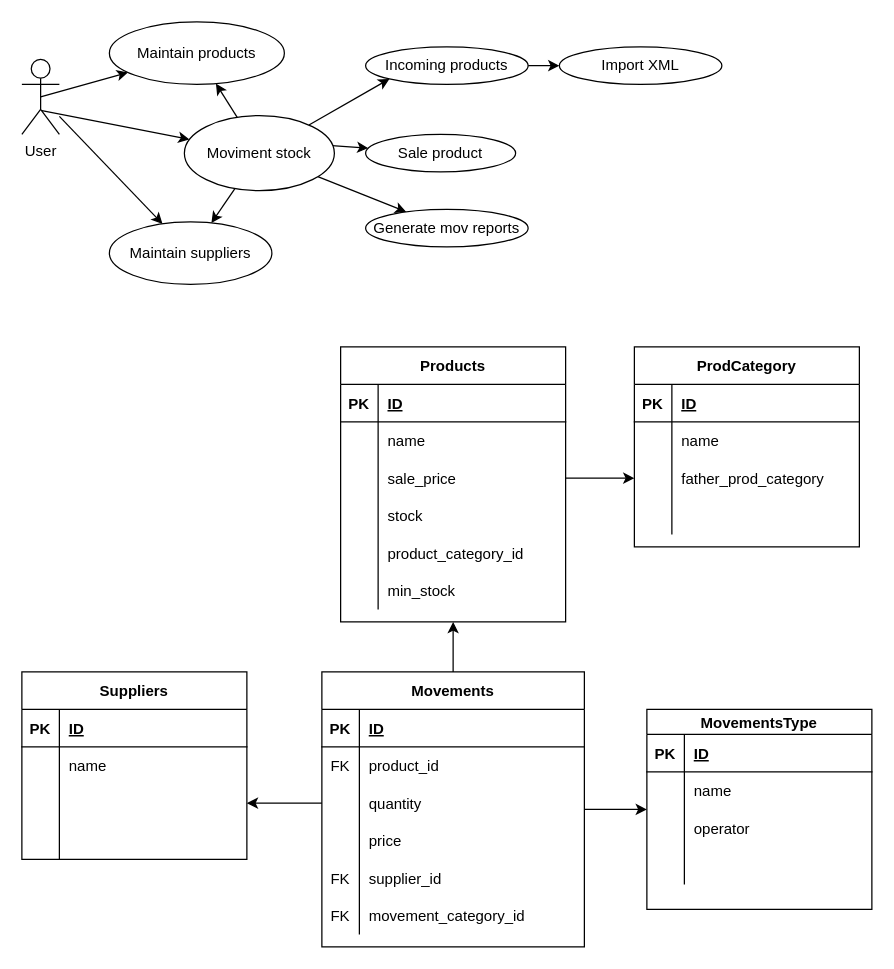
Earlier version of the draw.io diagram docs/class-diagram.drawio (viniciuSquare/rc_store-backend). Source tidied: cells renumbered, new cells numbered last; positions are measured from the earlier drawing's top-left corner, leaving out a move shared by most shapes. Both pictures are drawn from the tidied source at 125%, with x=0, y=0 at pixel (21, 21).
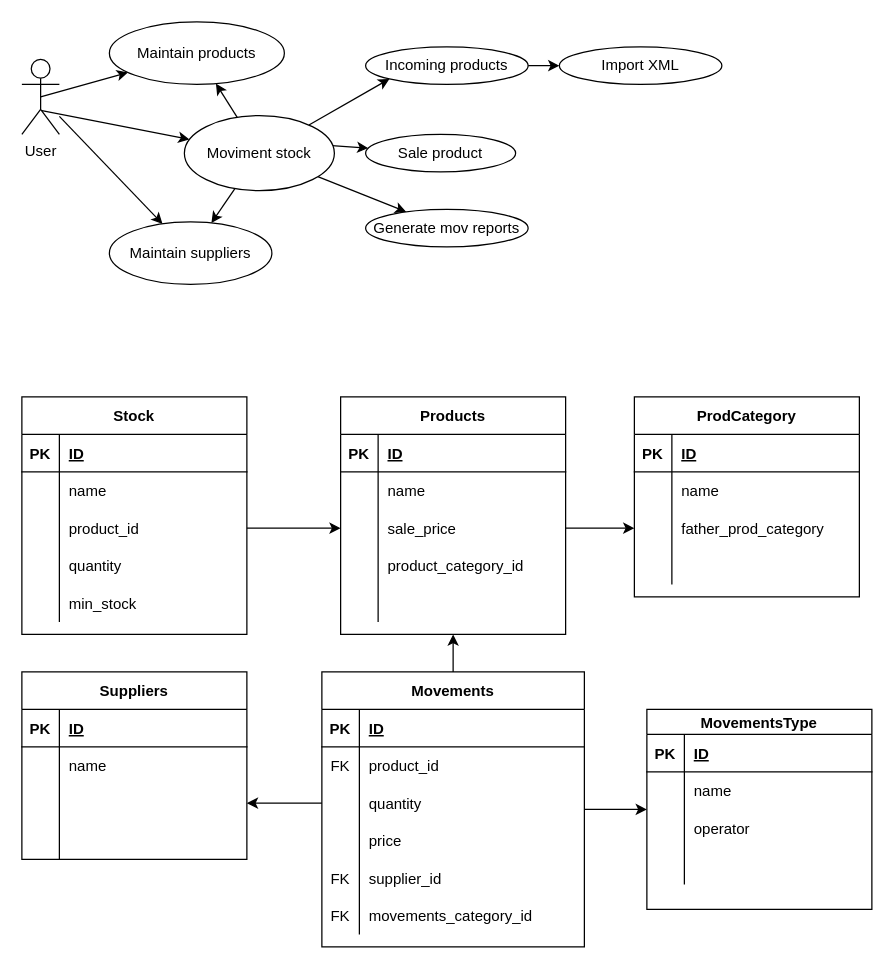
After the change.

Commit message (it also covers changes not shown here):
basic_movement_types_seeder

The change refers to these unchanged cells:
```xml
<mxCell id="47" style="shape=partialRectangle;fillColor=none;top=0;left=0;bottom=0;right=0;" parent="31" vertex="1">
  <mxGeometry y="180" width="210" height="30" as="geometry" />
</mxCell>
<mxCell id="73" style="shape=partialRectangle;fillColor=none;top=0;left=0;bottom=0;right=0;points=[[0,0.5],[1,0.5]];portConstraint=eastwest;" parent="66" vertex="1">
  <mxGeometry y="90" width="180" height="30" as="geometry" />
</mxCell>
```

Diff of the diagram source:
```diff
@@
-    <mxCell id="49" value="movement_category_id" style="shape=partialRectangle;fillColor=none;top=0;left=0;bottom=0;right=0;align=left;spacingLeft=6;overflow=hidden;" parent="47" vertex="1">
+    <mxCell id="49" value="movements_category_id" style="shape=partialRectangle;fillColor=none;top=0;left=0;bottom=0;right=0;align=left;spacingLeft=6;overflow=hidden;" parent="47" vertex="1">
       <mxGeometry x="30" width="180" height="30" as="geometry" />
     </mxCell>
@@
     <mxCell id="66" value="Products" style="shape=table;startSize=30;childLayout=tableLayout;rowLines=0;fontStyle=1;align=center;" parent="1" vertex="1">
-      <mxGeometry x="255" y="260" width="180" height="220" as="geometry" />
+      <mxGeometry x="255" y="300" width="180" height="190" as="geometry" />
     </mxCell>
@@
+    <mxCell id="79" style="shape=partialRectangle;fillColor=none;top=0;left=0;bottom=0;right=0;" parent="66" vertex="1">
+      <mxGeometry y="120" width="180" height="30" as="geometry" />
+    </mxCell>
+    <mxCell id="80" style="shape=partialRectangle;fillColor=none;top=0;left=0;bottom=0;right=0;overflow=hidden;" parent="79" vertex="1">
+      <mxGeometry width="30" height="30" as="geometry" />
+    </mxCell>
+    <mxCell id="81" value="product_category_id" style="shape=partialRectangle;fillColor=none;top=0;left=0;bottom=0;right=0;align=left;spacingLeft=6;overflow=hidden;" parent="79" vertex="1">
+      <mxGeometry x="30" width="150" height="30" as="geometry" />
+    </mxCell>
     <mxCell id="76" style="shape=partialRectangle;fillColor=none;top=0;left=0;bottom=0;right=0;" parent="66" vertex="1">
-      <mxGeometry y="120" width="180" height="30" as="geometry" />
+      <mxGeometry y="150" width="180" height="30" as="geometry" />
     </mxCell>
@@
-    <mxCell id="78" value="stock" style="shape=partialRectangle;fillColor=none;top=0;left=0;bottom=0;right=0;align=left;spacingLeft=6;overflow=hidden;" parent="76" vertex="1">
+    <mxCell id="78" style="shape=partialRectangle;fillColor=none;top=0;left=0;bottom=0;right=0;align=left;spacingLeft=6;overflow=hidden;" parent="76" vertex="1">
       <mxGeometry x="30" width="150" height="30" as="geometry" />
     </mxCell>
-    <mxCell id="79" style="shape=partialRectangle;fillColor=none;top=0;left=0;bottom=0;right=0;" parent="66" vertex="1">
-      <mxGeometry y="150" width="180" height="30" as="geometry" />
-    </mxCell>
-    <mxCell id="80" style="shape=partialRectangle;fillColor=none;top=0;left=0;bottom=0;right=0;overflow=hidden;" parent="79" vertex="1">
-      <mxGeometry width="30" height="30" as="geometry" />
-    </mxCell>
-    <mxCell id="81" value="product_category_id" style="shape=partialRectangle;fillColor=none;top=0;left=0;bottom=0;right=0;align=left;spacingLeft=6;overflow=hidden;" parent="79" vertex="1">
-      <mxGeometry x="30" width="150" height="30" as="geometry" />
-    </mxCell>
-    <mxCell id="82" style="shape=partialRectangle;fillColor=none;top=0;left=0;bottom=0;right=0;" parent="66" vertex="1">
-      <mxGeometry y="180" width="180" height="30" as="geometry" />
-    </mxCell>
-    <mxCell id="83" style="shape=partialRectangle;fillColor=none;top=0;left=0;bottom=0;right=0;overflow=hidden;" parent="82" vertex="1">
-      <mxGeometry width="30" height="30" as="geometry" />
-    </mxCell>
-    <mxCell id="84" value="min_stock" style="shape=partialRectangle;fillColor=none;top=0;left=0;bottom=0;right=0;align=left;spacingLeft=6;overflow=hidden;" parent="82" vertex="1">
-      <mxGeometry x="30" width="150" height="30" as="geometry" />
-    </mxCell>
     <mxCell id="85" value="ProdCategory" style="shape=table;startSize=30;childLayout=tableLayout;rowLines=0;fontStyle=1;align=center;" parent="1" vertex="1">
-      <mxGeometry x="490" y="260" width="180" height="160" as="geometry" />
+      <mxGeometry x="490" y="300" width="180" height="160" as="geometry" />
     </mxCell>
@@
+    <mxCell id="100" value="Stock" style="shape=table;startSize=30;childLayout=tableLayout;rowLines=0;fontStyle=1;align=center;" parent="1" vertex="1">
+      <mxGeometry y="300" width="180" height="190" as="geometry" />
+    </mxCell>
+    <mxCell id="101" style="shape=partialRectangle;fillColor=none;top=0;left=0;bottom=1;right=0;" parent="100" vertex="1">
+      <mxGeometry y="30" width="180" height="30" as="geometry" />
+    </mxCell>
+    <mxCell id="102" value="PK" style="shape=partialRectangle;fillColor=none;top=0;left=0;bottom=0;right=0;fontStyle=1;overflow=hidden;" parent="101" vertex="1">
+      <mxGeometry width="30" height="30" as="geometry" />
+    </mxCell>
+    <mxCell id="103" value="ID" style="shape=partialRectangle;fillColor=none;top=0;left=0;bottom=0;right=0;align=left;spacingLeft=6;fontStyle=5;overflow=hidden;" parent="101" vertex="1">
+      <mxGeometry x="30" width="150" height="30" as="geometry" />
+    </mxCell>
+    <mxCell id="104" style="shape=partialRectangle;fillColor=none;top=0;left=0;bottom=0;right=0;" parent="100" vertex="1">
+      <mxGeometry y="60" width="180" height="30" as="geometry" />
+    </mxCell>
+    <mxCell id="105" style="shape=partialRectangle;fillColor=none;top=0;left=0;bottom=0;right=0;overflow=hidden;" parent="104" vertex="1">
+      <mxGeometry width="30" height="30" as="geometry" />
+    </mxCell>
+    <mxCell id="106" value="name" style="shape=partialRectangle;fillColor=none;top=0;left=0;bottom=0;right=0;align=left;spacingLeft=6;overflow=hidden;" parent="104" vertex="1">
+      <mxGeometry x="30" width="150" height="30" as="geometry" />
+    </mxCell>
+    <mxCell id="107" style="shape=partialRectangle;fillColor=none;top=0;left=0;bottom=0;right=0;points=[[0,0.5],[1,0.5]];portConstraint=eastwest;" parent="100" vertex="1">
+      <mxGeometry y="90" width="180" height="30" as="geometry" />
+    </mxCell>
+    <mxCell id="108" style="shape=partialRectangle;fillColor=none;top=0;left=0;bottom=0;right=0;overflow=hidden;" parent="107" vertex="1">
+      <mxGeometry width="30" height="30" as="geometry" />
+    </mxCell>
+    <mxCell id="109" value="product_id" style="shape=partialRectangle;fillColor=none;top=0;left=0;bottom=0;right=0;align=left;spacingLeft=6;overflow=hidden;" parent="107" vertex="1">
+      <mxGeometry x="30" width="150" height="30" as="geometry" />
+    </mxCell>
+    <mxCell id="110" style="shape=partialRectangle;fillColor=none;top=0;left=0;bottom=0;right=0;" parent="100" vertex="1">
+      <mxGeometry y="120" width="180" height="30" as="geometry" />
+    </mxCell>
+    <mxCell id="111" style="shape=partialRectangle;fillColor=none;top=0;left=0;bottom=0;right=0;overflow=hidden;" parent="110" vertex="1">
+      <mxGeometry width="30" height="30" as="geometry" />
+    </mxCell>
+    <mxCell id="112" value="quantity" style="shape=partialRectangle;fillColor=none;top=0;left=0;bottom=0;right=0;align=left;spacingLeft=6;overflow=hidden;" parent="110" vertex="1">
+      <mxGeometry x="30" width="150" height="30" as="geometry" />
+    </mxCell>
+    <mxCell id="113" style="shape=partialRectangle;fillColor=none;top=0;left=0;bottom=0;right=0;" parent="100" vertex="1">
+      <mxGeometry y="150" width="180" height="30" as="geometry" />
+    </mxCell>
+    <mxCell id="114" style="shape=partialRectangle;fillColor=none;top=0;left=0;bottom=0;right=0;overflow=hidden;" parent="113" vertex="1">
+      <mxGeometry width="30" height="30" as="geometry" />
+    </mxCell>
+    <mxCell id="82" value="min_stock" style="shape=partialRectangle;fillColor=none;top=0;left=0;bottom=0;right=0;align=left;spacingLeft=6;overflow=hidden;" parent="113" vertex="1">
+      <mxGeometry x="30" width="150" height="30" as="geometry" />
+    </mxCell>
+    <mxCell id="115" style="edgeStyle=none;html=1;" parent="1" edge="1" source="107" target="73">
+      <mxGeometry relative="1" as="geometry" />
+    </mxCell>
```
